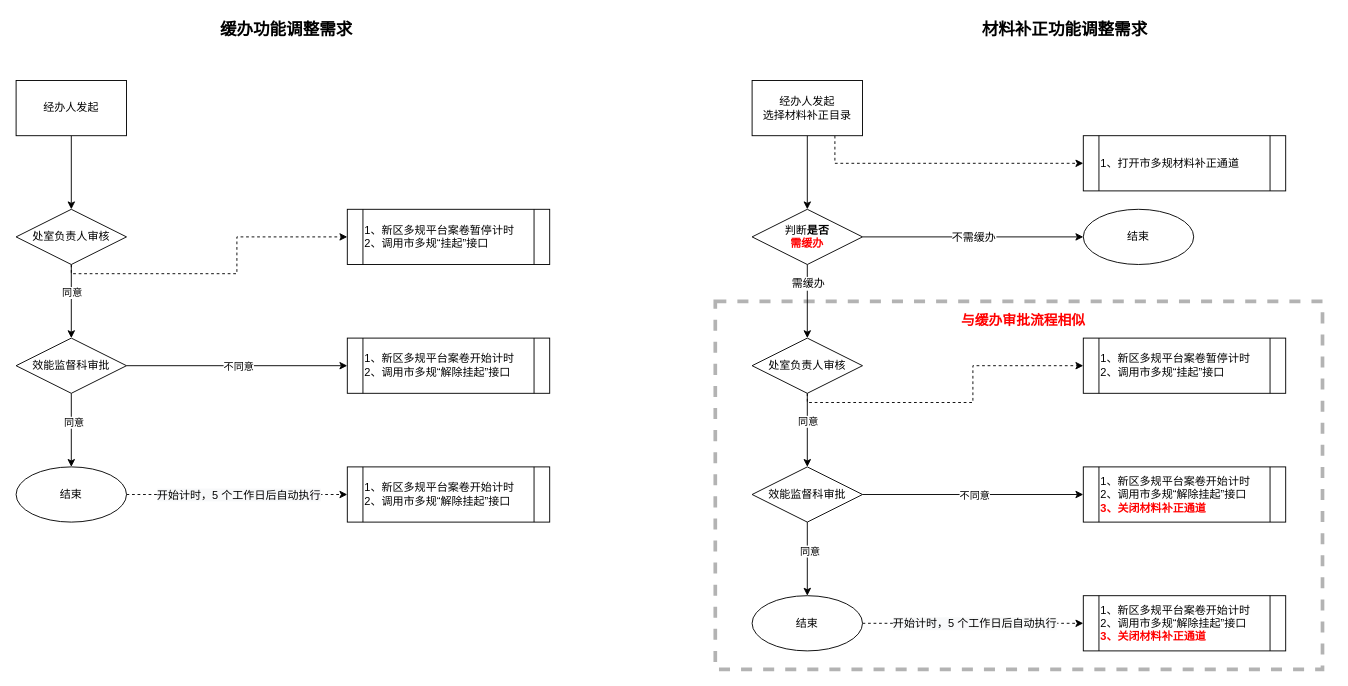
Earlier version of the draw.io diagram Untitled Diagram.drawio (806100963/draw.io). Source tidied: cells renumbered, new cells numbered last; positions are measured from the earlier drawing's top-left corner, leaving out a move shared by most shapes. Both pictures are drawn from the tidied source at 92%, with x=0, y=0 at pixel (16, 16).
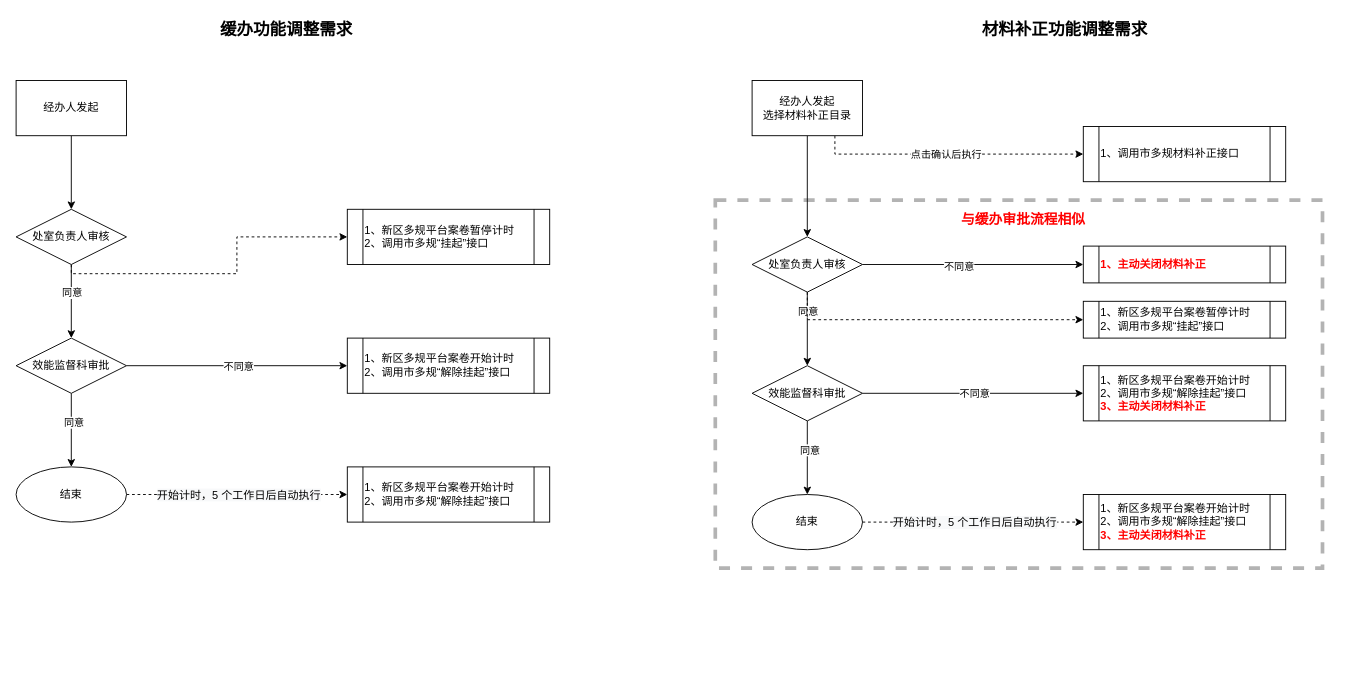
The same diagram, later.

Unchanged cells that the change refers to:
```xml
<mxCell id="23" style="edgeStyle=orthogonalEdgeStyle;rounded=0;jettySize=auto;html=1;exitX=0.75;exitY=1;exitDx=0;exitDy=0;entryX=0;entryY=0.5;entryDx=0;entryDy=0;fontSize=12;dashed=1;" parent="1" edge="1" source="24" target="30">
  <mxGeometry relative="1" as="geometry" />
</mxCell>
<mxCell id="24" value="经办人发起&lt;br&gt;选择材料补正目录" style="rounded=0;whiteSpace=wrap;html=1;" parent="1" vertex="1">
  <mxGeometry x="800" y="70" width="120" height="60" as="geometry" />
</mxCell>
<mxCell id="32" style="edgeStyle=orthogonalEdgeStyle;rounded=0;jettySize=auto;html=1;" parent="1" edge="1" source="35" target="40">
  <mxGeometry relative="1" as="geometry" />
</mxCell>
```

The edit, as a diff of the source:
```diff
@@
     <mxCell id="2" style="rounded=0;whiteSpace=wrap;html=1;fontSize=12;dashed=1;strokeWidth=4;fontColor=#B3B3B3;strokeColor=#B3B3B3;" parent="1" vertex="1">
-      <mxGeometry x="760" y="310" width="660" height="400" as="geometry" />
+      <mxGeometry x="760" y="200" width="660" height="400" as="geometry" />
     </mxCell>
@@
-    <mxCell id="22" style="edgeStyle=orthogonalEdgeStyle;rounded=0;jettySize=auto;html=1;exitX=0.5;exitY=1;exitDx=0;exitDy=0;entryX=0.5;entryY=0;entryDx=0;entryDy=0;fontSize=18;" parent="1" edge="1" source="24" target="29">
-      <mxGeometry relative="1" as="geometry" />
-    </mxCell>
@@
+    <mxCell id="48" value="点击确认后执行" style="edgeLabel;html=1;align=center;verticalAlign=middle;" parent="23" vertex="1">
+      <mxGeometry x="-0.18" y="-3" relative="1" as="geometry">
+        <mxPoint x="21" y="-3" as="offset" />
+      </mxGeometry>
+    </mxCell>
+    <mxCell id="49" style="edgeStyle=orthogonalEdgeStyle;rounded=0;jettySize=auto;html=1;exitX=0.5;exitY=1;exitDx=0;exitDy=0;entryX=0.5;entryY=0;entryDx=0;entryDy=0;" parent="1" edge="1" source="24" target="35">
+      <mxGeometry relative="1" as="geometry" />
+    </mxCell>
@@
-    <mxCell id="25" style="edgeStyle=orthogonalEdgeStyle;rounded=0;jettySize=auto;html=1;fontSize=12;entryX=0.5;entryY=0;entryDx=0;entryDy=0;" parent="1" edge="1" source="29" target="35">
-      <mxGeometry relative="1" as="geometry" />
-    </mxCell>
-    <mxCell id="26" value="需缓办" style="edgeLabel;html=1;align=center;verticalAlign=middle;fontSize=12;" parent="25" vertex="1">
-      <mxGeometry x="-0.2" y="-1" relative="1" as="geometry">
-        <mxPoint x="1" y="-12" as="offset" />
-      </mxGeometry>
-    </mxCell>
-    <mxCell id="27" style="edgeStyle=orthogonalEdgeStyle;rounded=0;jettySize=auto;html=1;exitX=1;exitY=0.5;exitDx=0;exitDy=0;entryX=0;entryY=0.5;entryDx=0;entryDy=0;fontSize=12;" parent="1" edge="1" source="29" target="31">
-      <mxGeometry relative="1" as="geometry" />
-    </mxCell>
-    <mxCell id="28" value="不需缓办" style="edgeLabel;html=1;align=center;verticalAlign=middle;fontSize=12;" parent="27" vertex="1">
-      <mxGeometry x="-0.15" y="2" relative="1" as="geometry">
-        <mxPoint x="18" y="2" as="offset" />
-      </mxGeometry>
-    </mxCell>
-    <mxCell id="29" value="判断&lt;b&gt;是否&lt;br&gt;&lt;font color=&quot;#ff0000&quot;&gt;需缓办&lt;/font&gt;&lt;/b&gt;" style="rhombus;whiteSpace=wrap;html=1;" parent="1" vertex="1">
-      <mxGeometry x="800" y="210" width="120" height="60" as="geometry" />
-    </mxCell>
-    <mxCell id="30" value="1、打开市多规材料补正通道" style="shape=process;whiteSpace=wrap;html=1;backgroundOutline=1;align=left;size=0.07692307692307693;" parent="1" vertex="1">
-      <mxGeometry x="1160" y="130" width="220" height="60" as="geometry" />
+    <mxCell id="30" value="1、调用市多规材料补正接口" style="shape=process;whiteSpace=wrap;html=1;backgroundOutline=1;align=left;size=0.07692307692307693;" parent="1" vertex="1">
+      <mxGeometry x="1160" y="120" width="220" height="60" as="geometry" />
     </mxCell>
-    <mxCell id="31" value="结束" style="ellipse;whiteSpace=wrap;html=1;" parent="1" vertex="1">
-      <mxGeometry x="1160" y="210" width="120" height="60" as="geometry" />
-    </mxCell>
@@
     <mxCell id="33" value="同意" style="edgeLabel;html=1;align=center;verticalAlign=middle;" parent="32" vertex="1">
       <mxGeometry x="-0.25" y="-2" relative="1" as="geometry">
-        <mxPoint x="2" as="offset" />
+        <mxPoint x="2" y="-10" as="offset" />
       </mxGeometry>
     </mxCell>
     <mxCell id="34" style="edgeStyle=orthogonalEdgeStyle;rounded=0;jettySize=auto;html=1;exitX=0.5;exitY=1;exitDx=0;exitDy=0;entryX=0;entryY=0.5;entryDx=0;entryDy=0;dashed=1;fontSize=18;" parent="1" edge="1" source="35" target="41">
       <mxGeometry relative="1" as="geometry">
         <Array as="points">
-          <mxPoint x="860" y="420" />
-          <mxPoint x="1040" y="420" />
-          <mxPoint x="1040" y="380" />
+          <mxPoint x="860" y="330" />
         </Array>
       </mxGeometry>
     </mxCell>
+    <mxCell id="50" style="edgeStyle=orthogonalEdgeStyle;rounded=0;jettySize=auto;html=1;exitX=1;exitY=0.5;exitDx=0;exitDy=0;entryX=0;entryY=0.5;entryDx=0;entryDy=0;" parent="1" edge="1" source="35" target="52">
+      <mxGeometry relative="1" as="geometry" />
+    </mxCell>
+    <mxCell id="51" value="不同意" style="edgeLabel;html=1;align=center;verticalAlign=middle;" parent="50" vertex="1">
+      <mxGeometry x="-0.13" y="-2" relative="1" as="geometry" />
+    </mxCell>
     <mxCell id="35" value="&lt;span&gt;处室负责人审核&lt;/span&gt;" style="rhombus;whiteSpace=wrap;html=1;" parent="1" vertex="1">
-      <mxGeometry x="800" y="350" width="120" height="60" as="geometry" />
+      <mxGeometry x="800" y="240" width="120" height="60" as="geometry" />
     </mxCell>
@@
     <mxCell id="40" value="&lt;span&gt;效能监督科审批&lt;/span&gt;" style="rhombus;whiteSpace=wrap;html=1;" parent="1" vertex="1">
-      <mxGeometry x="800" y="490" width="120" height="60" as="geometry" />
+      <mxGeometry x="800" y="380" width="120" height="60" as="geometry" />
     </mxCell>
     <mxCell id="41" value="1、新区多规平台案卷暂停计时&lt;br&gt;2、调用市多规“挂起”接口" style="shape=process;whiteSpace=wrap;html=1;backgroundOutline=1;align=left;size=0.07692307692307693;" parent="1" vertex="1">
-      <mxGeometry x="1160" y="350" width="220" height="60" as="geometry" />
+      <mxGeometry x="1160" y="310" width="220" height="40" as="geometry" />
     </mxCell>
-    <mxCell id="42" value="1、新区多规平台案卷开始计时&lt;br&gt;2、调用市多规“解除挂起”接口&lt;br&gt;&lt;b&gt;&lt;font color=&quot;#ff0000&quot;&gt;3、关闭材料补正通道&lt;/font&gt;&lt;/b&gt;" style="shape=process;whiteSpace=wrap;html=1;backgroundOutline=1;align=left;size=0.07692307692307693;" parent="1" vertex="1">
-      <mxGeometry x="1160" y="490" width="220" height="60" as="geometry" />
+    <mxCell id="42" value="1、新区多规平台案卷开始计时&lt;br&gt;2、调用市多规“解除挂起”接口&lt;br&gt;&lt;b&gt;&lt;font color=&quot;#ff0000&quot;&gt;3、&lt;/font&gt;&lt;/b&gt;&lt;b&gt;&lt;font color=&quot;#ff0000&quot;&gt;主动&lt;/font&gt;&lt;/b&gt;&lt;b&gt;&lt;font color=&quot;#ff0000&quot;&gt;关闭材料补正&lt;/font&gt;&lt;/b&gt;" style="shape=process;whiteSpace=wrap;html=1;backgroundOutline=1;align=left;size=0.07692307692307693;" parent="1" vertex="1">
+      <mxGeometry x="1160" y="380" width="220" height="60" as="geometry" />
     </mxCell>
@@
     <mxCell id="45" value="结束" style="ellipse;whiteSpace=wrap;html=1;" parent="1" vertex="1">
-      <mxGeometry x="800" y="630" width="120" height="60" as="geometry" />
+      <mxGeometry x="800" y="520" width="120" height="60" as="geometry" />
     </mxCell>
-    <mxCell id="46" value="1、新区多规平台案卷开始计时&lt;br&gt;2、调用市多规“解除挂起”接口&lt;br&gt;&lt;b&gt;&lt;font color=&quot;#ff0000&quot;&gt;3、关闭材料补正通道&lt;/font&gt;&lt;/b&gt;" style="shape=process;whiteSpace=wrap;html=1;backgroundOutline=1;align=left;size=0.07692307692307693;" parent="1" vertex="1">
-      <mxGeometry x="1160" y="630" width="220" height="60" as="geometry" />
+    <mxCell id="46" value="1、新区多规平台案卷开始计时&lt;br&gt;2、调用市多规“解除挂起”接口&lt;br&gt;&lt;b&gt;&lt;font color=&quot;#ff0000&quot;&gt;3、&lt;/font&gt;&lt;/b&gt;&lt;b&gt;&lt;font color=&quot;#ff0000&quot;&gt;主动&lt;/font&gt;&lt;/b&gt;&lt;b&gt;&lt;font color=&quot;#ff0000&quot;&gt;关闭材料补正&lt;/font&gt;&lt;/b&gt;" style="shape=process;whiteSpace=wrap;html=1;backgroundOutline=1;align=left;size=0.07692307692307693;" parent="1" vertex="1">
+      <mxGeometry x="1160" y="520" width="220" height="60" as="geometry" />
     </mxCell>
     <mxCell id="47" value="与缓办审批流程相似" style="text;html=1;strokeColor=none;fillColor=none;align=center;verticalAlign=middle;whiteSpace=wrap;rounded=0;dashed=1;fontSize=15;fontStyle=1;fontColor=#FF0000;" parent="1" vertex="1">
-      <mxGeometry x="970" y="320" width="250" height="20" as="geometry" />
+      <mxGeometry x="970" y="210" width="250" height="20" as="geometry" />
     </mxCell>
+    <mxCell id="52" value="&lt;b&gt;&lt;font color=&quot;#ff0000&quot;&gt;1、主动关闭材料补正&lt;/font&gt;&lt;/b&gt;" style="shape=process;whiteSpace=wrap;html=1;backgroundOutline=1;align=left;size=0.07692307692307693;" parent="1" vertex="1">
+      <mxGeometry x="1160" y="250" width="220" height="40" as="geometry" />
+    </mxCell>
```
